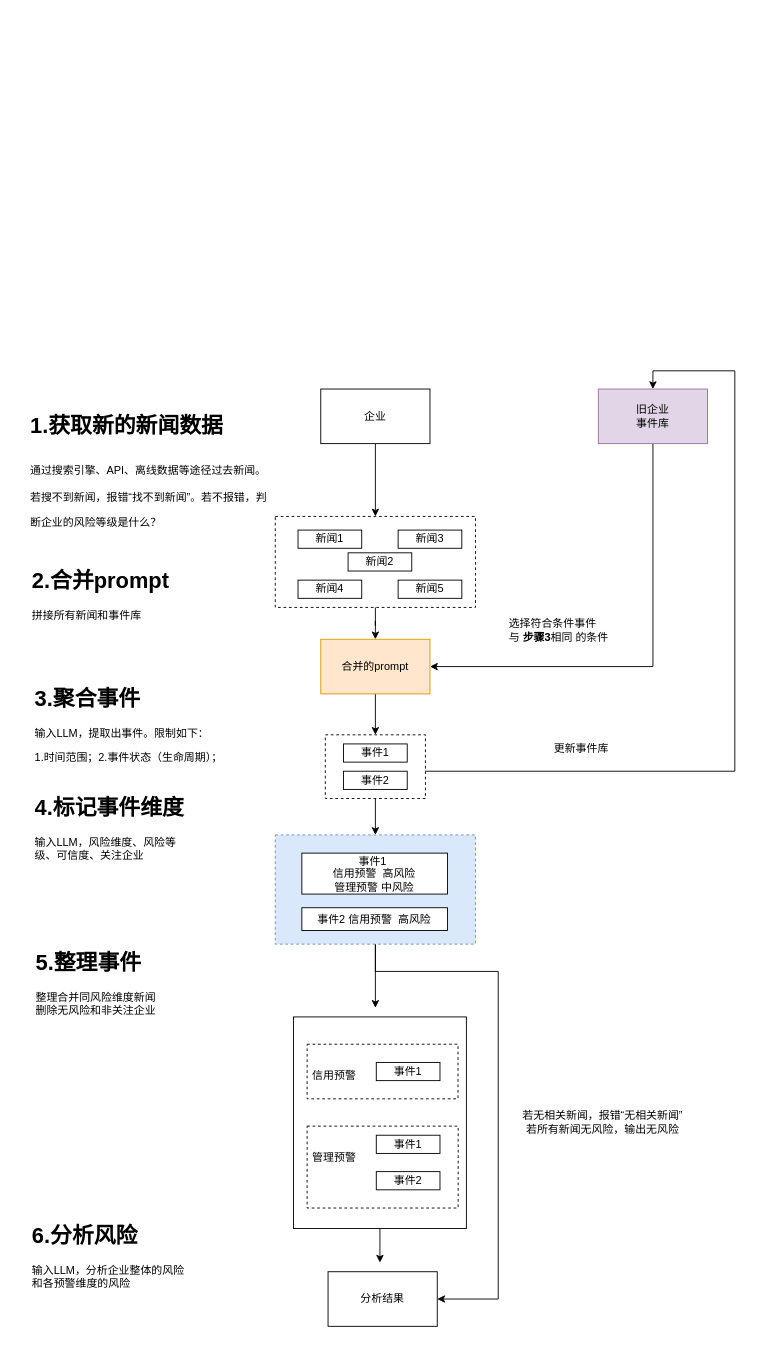
This is page "整体和各维度分析-事件版" (3 of 4) of 舆情分析.drawio from brothermaster/draw, a draw.io file, before an edit. Source tidied: cells renumbered, new cells numbered last; positions are measured from the earlier drawing's top-left corner, leaving out a move shared by most shapes. Both pictures are drawn from the tidied source at 91%, with x=0, y=0 at pixel (28, 370).
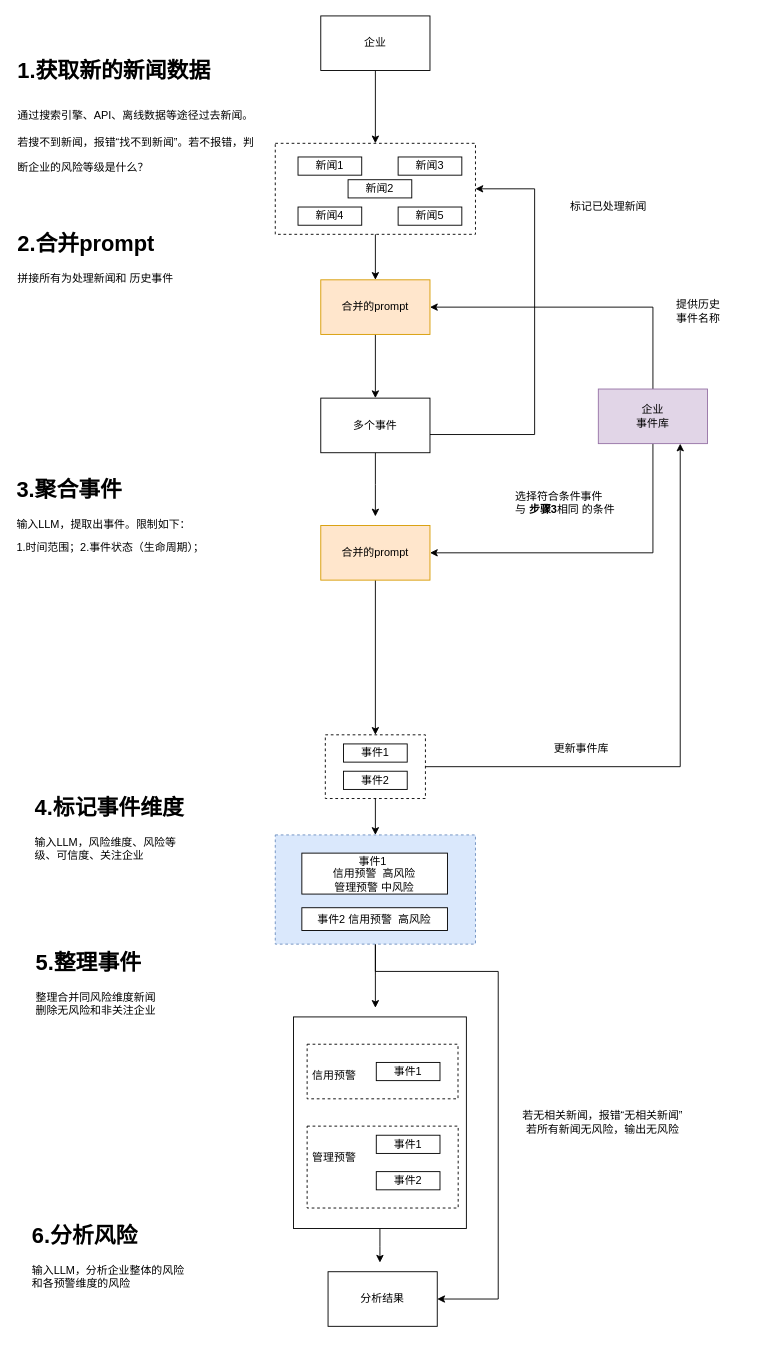
Above is the later version.

The change refers to these unchanged cells:
```xml
<mxCell id="20" style="rounded=0;whiteSpace=wrap;html=1;dashed=1;fillColor=#dae8fc;strokeColor=#6c8ebf;" parent="1" vertex="1">
  <mxGeometry x="271" y="510" width="220" height="120" as="geometry" />
</mxCell>
<mxCell id="29" style="rounded=0;whiteSpace=wrap;html=1;dashed=1;fillColor=none;" parent="1" vertex="1">
  <mxGeometry x="326" y="400" width="110" height="70" as="geometry" />
</mxCell>
```

Change to the diagram source:
```diff
@@
-    <mxCell id="6" style="edgeStyle=orthogonalEdgeStyle;rounded=0;jettySize=auto;html=1;entryX=0.5;entryY=0;entryDx=0;entryDy=0;" parent="1" edge="1" source="7" target="37">
-      <mxGeometry relative="1" as="geometry" />
-    </mxCell>
+    <mxCell id="44" style="edgeStyle=orthogonalEdgeStyle;rounded=0;jettySize=auto;html=1;" parent="1" edge="1" source="7" target="47">
+      <mxGeometry relative="1" as="geometry" />
+    </mxCell>
     <mxCell id="7" style="rounded=0;whiteSpace=wrap;html=1;dashed=1;fillColor=none;" parent="1" vertex="1">
-      <mxGeometry x="271" y="160" width="220" height="100" as="geometry" />
+      <mxGeometry x="271" y="-250" width="220" height="100" as="geometry" />
     </mxCell>
     <mxCell id="8" value="新闻5" style="rounded=0;whiteSpace=wrap;html=1;" parent="1" vertex="1">
-      <mxGeometry x="406" y="230" width="70" height="20" as="geometry" />
+      <mxGeometry x="406" y="-180" width="70" height="20" as="geometry" />
     </mxCell>
     <mxCell id="9" value="新闻4" style="rounded=0;whiteSpace=wrap;html=1;" parent="1" vertex="1">
-      <mxGeometry x="296" y="230" width="70" height="20" as="geometry" />
+      <mxGeometry x="296" y="-180" width="70" height="20" as="geometry" />
     </mxCell>
     <mxCell id="10" value="新闻3" style="rounded=0;whiteSpace=wrap;html=1;" parent="1" vertex="1">
-      <mxGeometry x="406" y="175" width="70" height="20" as="geometry" />
+      <mxGeometry x="406" y="-235" width="70" height="20" as="geometry" />
     </mxCell>
     <mxCell id="11" value="新闻2" style="rounded=0;whiteSpace=wrap;html=1;" parent="1" vertex="1">
-      <mxGeometry x="351" y="200" width="70" height="20" as="geometry" />
+      <mxGeometry x="351" y="-210" width="70" height="20" as="geometry" />
     </mxCell>
     <mxCell id="12" value="新闻1" style="rounded=0;whiteSpace=wrap;html=1;" parent="1" vertex="1">
-      <mxGeometry x="296" y="175" width="70" height="20" as="geometry" />
+      <mxGeometry x="296" y="-235" width="70" height="20" as="geometry" />
     </mxCell>
@@
     <mxCell id="24" value="企业" style="rounded=0;whiteSpace=wrap;html=1;" parent="1" vertex="1">
-      <mxGeometry x="321" y="20" width="120" height="60" as="geometry" />
+      <mxGeometry x="321" y="-390" width="120" height="60" as="geometry" />
     </mxCell>
@@
+    <mxCell id="28" style="edgeStyle=orthogonalEdgeStyle;rounded=0;jettySize=auto;html=1;entryX=0.5;entryY=0;entryDx=0;entryDy=0;" parent="1" edge="1" source="29" target="20">
+      <mxGeometry relative="1" as="geometry" />
+    </mxCell>
-    <mxCell id="27" style="edgeStyle=orthogonalEdgeStyle;rounded=0;jettySize=auto;html=1;entryX=0.5;entryY=0;entryDx=0;entryDy=0;" parent="1" edge="1" source="29" target="34">
-      <mxGeometry relative="1" as="geometry">
-        <Array as="points">
-          <mxPoint x="776" y="440" />
-          <mxPoint x="776" />
-          <mxPoint x="686" />
-        </Array>
-      </mxGeometry>
+    <mxCell id="27" style="edgeStyle=orthogonalEdgeStyle;rounded=0;jettySize=auto;html=1;entryX=0.75;entryY=1;entryDx=0;entryDy=0;" parent="1" edge="1" source="29" target="34">
+      <mxGeometry relative="1" as="geometry" />
     </mxCell>
-    <mxCell id="28" style="edgeStyle=orthogonalEdgeStyle;rounded=0;jettySize=auto;html=1;entryX=0.5;entryY=0;entryDx=0;entryDy=0;" parent="1" edge="1" source="29" target="20">
-      <mxGeometry relative="1" as="geometry" />
-    </mxCell>
@@
     <mxCell id="32" value="&lt;h1 style=&quot;margin-top: 0px;&quot;&gt;3.聚合事件&lt;/h1&gt;&lt;p&gt;输入LLM，提取出事件。&lt;span style=&quot;background-color: transparent; color: light-dark(rgb(0, 0, 0), rgb(255, 255, 255));&quot;&gt;限制如下：&lt;/span&gt;&lt;/p&gt;&lt;p&gt;1.时间范围；2.事件状态（生命周期）；&lt;/p&gt;" style="text;html=1;whiteSpace=wrap;overflow=hidden;rounded=0;" parent="1" vertex="1">
-      <mxGeometry x="4.6" y="340" width="285.6" height="130" as="geometry" />
+      <mxGeometry x="-14.6" y="110" width="285.6" height="130" as="geometry" />
     </mxCell>
     <mxCell id="33" style="edgeStyle=orthogonalEdgeStyle;rounded=0;jettySize=auto;html=1;entryX=1;entryY=0.5;entryDx=0;entryDy=0;" parent="1" edge="1" source="34" target="37">
       <mxGeometry relative="1" as="geometry">
         <Array as="points">
-          <mxPoint x="686" y="325" />
+          <mxPoint x="686" y="200" />
         </Array>
       </mxGeometry>
     </mxCell>
+    <mxCell id="45" style="edgeStyle=orthogonalEdgeStyle;rounded=0;jettySize=auto;html=1;entryX=1;entryY=0.5;entryDx=0;entryDy=0;" parent="1" edge="1" source="34" target="47">
+      <mxGeometry relative="1" as="geometry">
+        <Array as="points">
+          <mxPoint x="686" y="-70" />
+        </Array>
+      </mxGeometry>
+    </mxCell>
-    <mxCell id="34" value="旧企业&lt;div&gt;事件库&lt;/div&gt;" style="rounded=0;whiteSpace=wrap;html=1;fillColor=#e1d5e7;strokeColor=#9673a6;" parent="1" vertex="1">
+    <mxCell id="34" value="企业&lt;div&gt;事件库&lt;/div&gt;" style="rounded=0;whiteSpace=wrap;html=1;fillColor=#e1d5e7;strokeColor=#9673a6;" parent="1" vertex="1">
       <mxGeometry x="626" y="20" width="120" height="60" as="geometry" />
     </mxCell>
     <mxCell id="35" value="&lt;h1 style=&quot;margin-top: 0px;&quot;&gt;1.获取新的新闻数据&lt;/h1&gt;&lt;h1 style=&quot;margin-top: 0px;&quot;&gt;&lt;span style=&quot;background-color: transparent; color: light-dark(rgb(0, 0, 0), rgb(255, 255, 255)); font-size: 12px; font-weight: normal;&quot;&gt;通过搜索引擎、API、离线数据等途径过去新闻。&lt;/span&gt;&lt;span style=&quot;background-color: transparent; color: light-dark(rgb(0, 0, 0), rgb(255, 255, 255)); font-size: 12px; font-weight: normal;&quot;&gt;若搜不到新闻，报错“找不到新闻”。&lt;/span&gt;&lt;span style=&quot;background-color: transparent; color: light-dark(rgb(0, 0, 0), rgb(255, 255, 255)); font-size: 12px; font-weight: normal;&quot;&gt;若不报错，判断企业的风险等级是什么？&lt;/span&gt;&lt;/h1&gt;" style="text;html=1;whiteSpace=wrap;overflow=hidden;rounded=0;" parent="1" vertex="1">
-      <mxGeometry x="0.4" y="40" width="265.6" height="140" as="geometry" />
+      <mxGeometry x="-14" y="-350" width="265.6" height="140" as="geometry" />
     </mxCell>
@@
     <mxCell id="37" value="合并的prompt" style="rounded=0;whiteSpace=wrap;html=1;fillColor=#ffe6cc;strokeColor=#d79b00;" parent="1" vertex="1">
-      <mxGeometry x="321" y="295" width="120" height="60" as="geometry" />
+      <mxGeometry x="321" y="170" width="120" height="60" as="geometry" />
     </mxCell>
@@
-    <mxCell id="39" value="&lt;h1 style=&quot;margin-top: 0px;&quot;&gt;2.合并prompt&lt;/h1&gt;&lt;p&gt;拼接所有新闻和事件库&lt;/p&gt;" style="text;html=1;whiteSpace=wrap;overflow=hidden;rounded=0;" parent="1" vertex="1">
-      <mxGeometry x="2" y="210" width="174" height="70" as="geometry" />
+    <mxCell id="39" value="&lt;h1 style=&quot;margin-top: 0px;&quot;&gt;2.合并prompt&lt;/h1&gt;&lt;p&gt;拼接所有为处理新闻和 历史事件&lt;/p&gt;" style="text;html=1;whiteSpace=wrap;overflow=hidden;rounded=0;" parent="1" vertex="1">
+      <mxGeometry x="-14" y="-160" width="174" height="70" as="geometry" />
     </mxCell>
@@
     <mxCell id="43" value="选择符合条件事件&lt;div&gt;与 &lt;b&gt;步骤3&lt;/b&gt;相同 的条件&lt;/div&gt;" style="text;html=1;align=left;verticalAlign=middle;whiteSpace=wrap;rounded=0;" parent="1" vertex="1">
-      <mxGeometry x="526" y="250" width="150" height="70" as="geometry" />
+      <mxGeometry x="532.5" y="110" width="150" height="70" as="geometry" />
     </mxCell>
+    <mxCell id="46" style="edgeStyle=orthogonalEdgeStyle;rounded=0;jettySize=auto;html=1;entryX=0.5;entryY=0;entryDx=0;entryDy=0;" parent="1" edge="1" source="47" target="51">
+      <mxGeometry relative="1" as="geometry" />
+    </mxCell>
+    <mxCell id="47" value="合并的prompt" style="rounded=0;whiteSpace=wrap;html=1;fillColor=#ffe6cc;strokeColor=#d79b00;" parent="1" vertex="1">
+      <mxGeometry x="321" y="-100" width="120" height="60" as="geometry" />
+    </mxCell>
+    <mxCell id="48" value="提供历史事件名称" style="text;html=1;align=center;verticalAlign=middle;whiteSpace=wrap;rounded=0;" parent="1" vertex="1">
+      <mxGeometry x="706" y="-80" width="60" height="30" as="geometry" />
+    </mxCell>
+    <mxCell id="49" style="edgeStyle=orthogonalEdgeStyle;rounded=0;jettySize=auto;html=1;" parent="1" edge="1" source="51">
+      <mxGeometry relative="1" as="geometry">
+        <mxPoint x="381" y="160" as="targetPoint" />
+      </mxGeometry>
+    </mxCell>
+    <mxCell id="50" style="edgeStyle=orthogonalEdgeStyle;rounded=0;jettySize=auto;html=1;entryX=1;entryY=0.5;entryDx=0;entryDy=0;" parent="1" edge="1" source="51" target="7">
+      <mxGeometry relative="1" as="geometry">
+        <Array as="points">
+          <mxPoint x="556" y="70" />
+          <mxPoint x="556" y="-200" />
+        </Array>
+      </mxGeometry>
+    </mxCell>
+    <mxCell id="51" value="多个事件" style="rounded=0;whiteSpace=wrap;html=1;" parent="1" vertex="1">
+      <mxGeometry x="321" y="30" width="120" height="60" as="geometry" />
+    </mxCell>
+    <mxCell id="52" value="标记已处理新闻" style="text;html=1;align=center;verticalAlign=middle;whiteSpace=wrap;rounded=0;" parent="1" vertex="1">
+      <mxGeometry x="577.5" y="-190" width="118.5" height="20" as="geometry" />
+    </mxCell>
```
